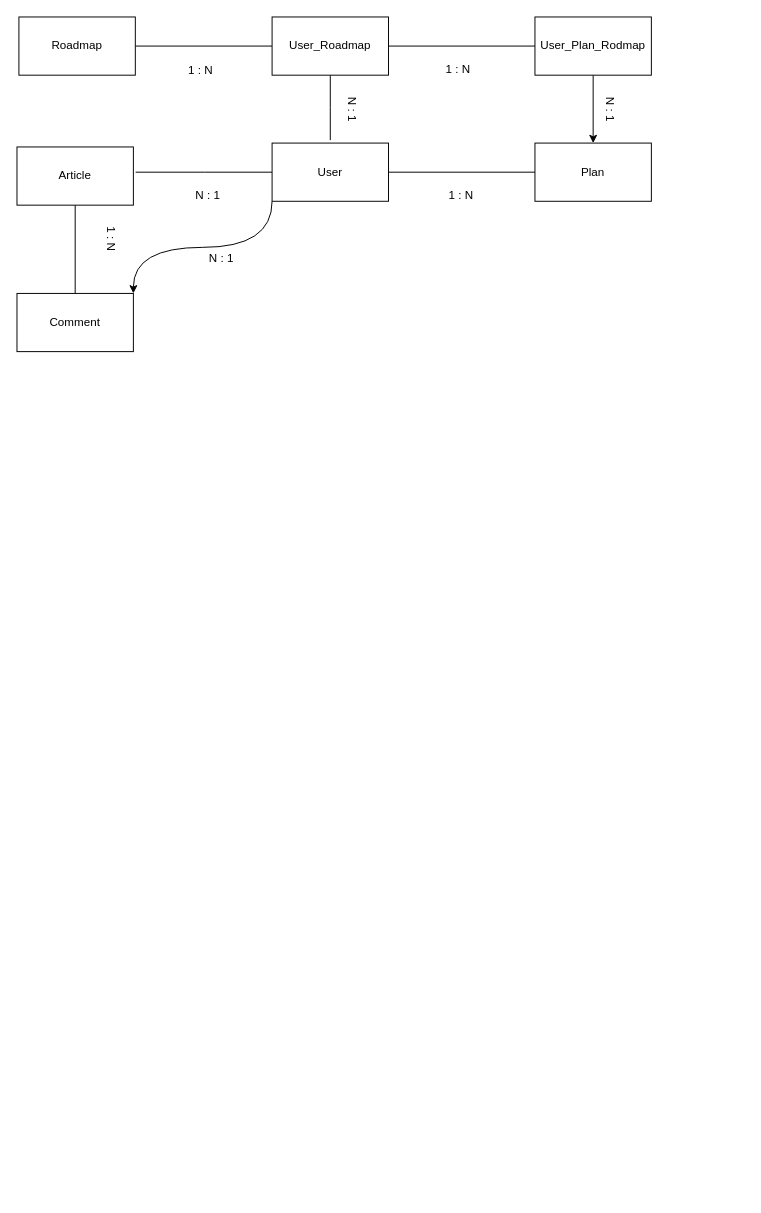
The draw.io diagram page "페이지-13" (13 of 14) of Untitled Diagram.drawio in ikjo93/Class-Diagram, before the edit. Source tidied: cells renumbered, new cells numbered last; positions are measured from the earlier drawing's top-left corner, leaving out a move shared by most shapes. Both pictures are drawn from the tidied source at 97%, with x=0, y=0 at pixel (16, 16).
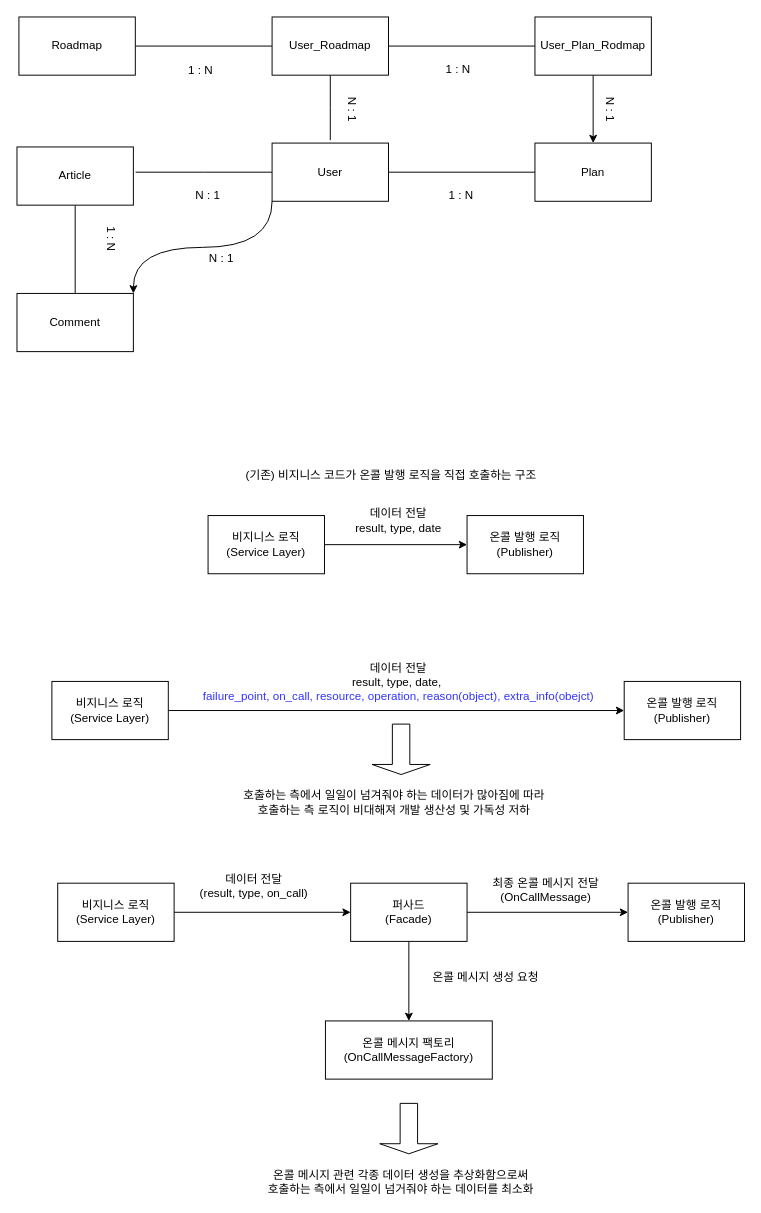
Above is the later version.

What changed in the source:
```diff
@@
+    <mxCell id="25" style="edgeStyle=orthogonalEdgeStyle;rounded=0;jettySize=auto;html=1;entryX=0;entryY=0.5;entryDx=0;entryDy=0;" parent="1" edge="1" source="26" target="27">
+      <mxGeometry relative="1" as="geometry" />
+    </mxCell>
+    <mxCell id="26" value="비지니스 로직&lt;div&gt;(Service Layer)&lt;/div&gt;" style="whiteSpace=wrap;html=1;" parent="1" vertex="1">
+      <mxGeometry x="197" y="514" width="120" height="60" as="geometry" />
+    </mxCell>
+    <mxCell id="27" value="온콜 발행 로직&lt;div&gt;(Publisher)&lt;/div&gt;" style="whiteSpace=wrap;html=1;" parent="1" vertex="1">
+      <mxGeometry x="464" y="514" width="120" height="60" as="geometry" />
+    </mxCell>
+    <mxCell id="28" value="&lt;div&gt;데이터 전달&lt;/div&gt;result, type, date" style="text;html=1;align=center;verticalAlign=middle;whiteSpace=wrap;rounded=0;" parent="1" vertex="1">
+      <mxGeometry x="331" y="504" width="125" height="30" as="geometry" />
+    </mxCell>
+    <mxCell id="29" style="edgeStyle=orthogonalEdgeStyle;rounded=0;jettySize=auto;html=1;entryX=0;entryY=0.5;entryDx=0;entryDy=0;" parent="1" edge="1" source="30" target="31">
+      <mxGeometry relative="1" as="geometry" />
+    </mxCell>
+    <mxCell id="30" value="비지니스 로직&lt;div&gt;(Service Layer)&lt;/div&gt;" style="whiteSpace=wrap;html=1;" parent="1" vertex="1">
+      <mxGeometry x="36" y="685" width="120" height="60" as="geometry" />
+    </mxCell>
+    <mxCell id="31" value="온콜 발행 로직&lt;div&gt;(Publisher)&lt;/div&gt;" style="whiteSpace=wrap;html=1;" parent="1" vertex="1">
+      <mxGeometry x="626" y="685" width="120" height="60" as="geometry" />
+    </mxCell>
+    <mxCell id="32" value="&lt;div&gt;데이터 전달&lt;/div&gt;result, type, date,&amp;nbsp;&lt;div&gt;&lt;font color=&quot;#3333ff&quot;&gt;failure_point, on_call, resource, operation, reason(object), extra_info(obejct)&lt;/font&gt;&lt;/div&gt;" style="text;html=1;align=center;verticalAlign=middle;whiteSpace=wrap;rounded=0;" parent="1" vertex="1">
+      <mxGeometry x="176" y="671" width="435" height="30" as="geometry" />
+    </mxCell>
+    <mxCell id="33" value="호출하는 측에서 일일이 넘겨줘야 하는 데이터가 많아짐에 따라&lt;div&gt;호출하는 측 로직이 비대해져 개발 생산성 및 가독성 저하&lt;/div&gt;" style="text;html=1;align=center;verticalAlign=middle;whiteSpace=wrap;rounded=0;" parent="1" vertex="1">
+      <mxGeometry x="194" y="795" width="390" height="30" as="geometry" />
+    </mxCell>
+    <mxCell id="34" value="(기존) 비지니스 코드가 온콜 발행 로직을 직접 호출하는 구조" style="text;html=1;align=center;verticalAlign=middle;whiteSpace=wrap;rounded=0;" parent="1" vertex="1">
+      <mxGeometry x="191" y="458" width="390" height="30" as="geometry" />
+    </mxCell>
+    <mxCell id="35" style="shape=singleArrow;direction=south;whiteSpace=wrap;html=1;" parent="1" vertex="1">
+      <mxGeometry x="366" y="729" width="60" height="52" as="geometry" />
+    </mxCell>
+    <mxCell id="36" style="edgeStyle=orthogonalEdgeStyle;rounded=0;jettySize=auto;html=1;entryX=0;entryY=0.5;entryDx=0;entryDy=0;" parent="1" edge="1" source="37" target="41">
+      <mxGeometry relative="1" as="geometry" />
+    </mxCell>
+    <mxCell id="37" value="비지니스 로직&lt;div&gt;(Service Layer)&lt;/div&gt;" style="whiteSpace=wrap;html=1;" parent="1" vertex="1">
+      <mxGeometry x="42" y="893" width="120" height="60" as="geometry" />
+    </mxCell>
+    <mxCell id="38" value="온콜 발행 로직&lt;div&gt;(Publisher)&lt;/div&gt;" style="whiteSpace=wrap;html=1;" parent="1" vertex="1">
+      <mxGeometry x="630" y="893" width="120" height="60" as="geometry" />
+    </mxCell>
+    <mxCell id="39" style="edgeStyle=orthogonalEdgeStyle;rounded=0;jettySize=auto;html=1;" parent="1" edge="1" source="41" target="38">
+      <mxGeometry relative="1" as="geometry" />
+    </mxCell>
+    <mxCell id="40" style="edgeStyle=orthogonalEdgeStyle;rounded=0;jettySize=auto;html=1;" parent="1" edge="1" source="41" target="42">
+      <mxGeometry relative="1" as="geometry" />
+    </mxCell>
+    <mxCell id="41" value="&lt;div&gt;퍼사드&lt;/div&gt;&lt;div&gt;(Facade)&lt;/div&gt;" style="whiteSpace=wrap;html=1;" parent="1" vertex="1">
+      <mxGeometry x="344" y="893" width="120" height="60" as="geometry" />
+    </mxCell>
+    <mxCell id="42" value="&lt;div&gt;온콜 메시지 팩토리&lt;/div&gt;&lt;div&gt;(OnCallMessageFactory)&lt;/div&gt;" style="whiteSpace=wrap;html=1;" parent="1" vertex="1">
+      <mxGeometry x="318" y="1035" width="172" height="60" as="geometry" />
+    </mxCell>
+    <mxCell id="43" value="최종 온콜 메시지 전달&lt;div&gt;(OnCallMessage)&lt;/div&gt;" style="text;html=1;align=center;verticalAlign=middle;whiteSpace=wrap;rounded=0;" parent="1" vertex="1">
+      <mxGeometry x="480" y="885" width="131" height="30" as="geometry" />
+    </mxCell>
+    <mxCell id="44" value="데이터 전달&lt;div&gt;(result, type, on_call)&lt;/div&gt;" style="text;html=1;align=center;verticalAlign=middle;whiteSpace=wrap;rounded=0;" parent="1" vertex="1">
+      <mxGeometry x="179" y="881" width="131" height="30" as="geometry" />
+    </mxCell>
+    <mxCell id="45" value="온콜 메시지 생성 요청" style="text;html=1;align=center;verticalAlign=middle;whiteSpace=wrap;rounded=0;" parent="1" vertex="1">
+      <mxGeometry x="418" y="975" width="131" height="30" as="geometry" />
+    </mxCell>
+    <mxCell id="46" style="shape=singleArrow;direction=south;whiteSpace=wrap;html=1;" parent="1" vertex="1">
+      <mxGeometry x="374" y="1120" width="60" height="52" as="geometry" />
+    </mxCell>
+    <mxCell id="47" value="&lt;div&gt;&lt;span style=&quot;background-color: initial;&quot;&gt;온콜 메시지 관련 각종 데이터 생성을 추상화함으로써&lt;/span&gt;&lt;/div&gt;&lt;div&gt;&lt;span style=&quot;background-color: initial;&quot;&gt;호출하는 측에서 일일이 넘거줘야 하는 데이터를 최소화&lt;/span&gt;&lt;/div&gt;" style="text;html=1;align=center;verticalAlign=middle;whiteSpace=wrap;rounded=0;" parent="1" vertex="1">
+      <mxGeometry x="201" y="1186" width="390" height="30" as="geometry" />
+    </mxCell>
```
